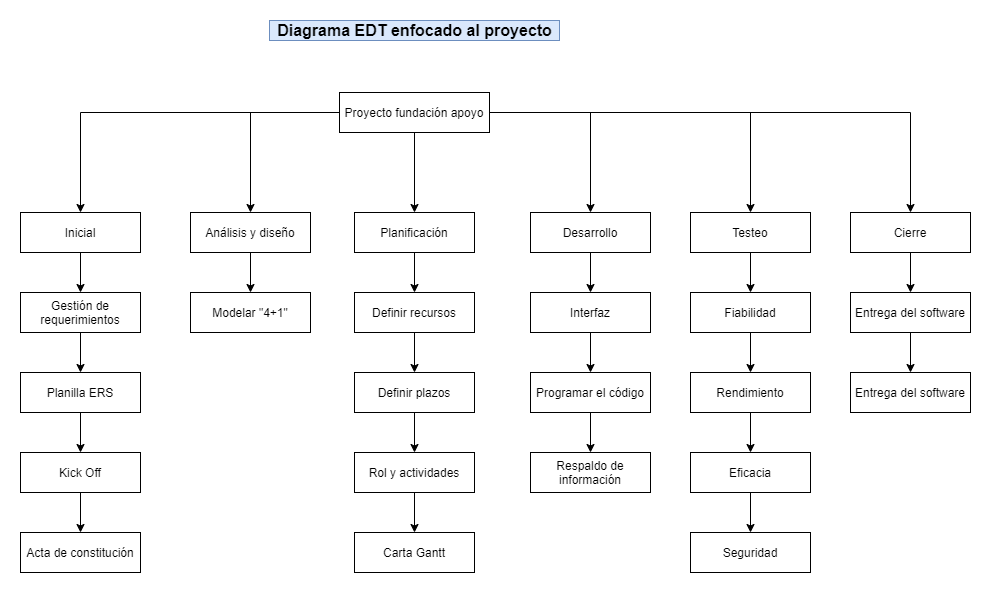
shecheeee/Diagramas keeps this draw.io diagram as Diagrama EDT Proyecto.png. Above is the earlier version. Source tidied: cells renumbered, new cells last; positions are measured from the earlier drawing's top-left corner, leaving out a move shared by most shapes. The source it was exported from:
```xml
<mxGraphModel>
  <root>
    <mxCell id="0" />
    <mxCell id="1" parent="0" />
    <mxCell id="2" value="Diagrama EDT enfocado al proyecto" style="text;html=1;align=center;verticalAlign=middle;fillColor=#dae8fc;strokeColor=#6c8ebf;rounded=0;fontStyle=1;fontSize=16;" parent="1" vertex="1">
      <mxGeometry x="249" width="290" height="20" as="geometry" />
    </mxCell>
    <mxCell id="3" style="edgeStyle=orthogonalEdgeStyle;rounded=0;jettySize=auto;html=1;entryX=0.5;entryY=0;entryDx=0;entryDy=0;" parent="1" edge="1" source="9" target="11">
      <mxGeometry relative="1" as="geometry" />
    </mxCell>
    <mxCell id="4" style="edgeStyle=orthogonalEdgeStyle;rounded=0;jettySize=auto;html=1;entryX=0.5;entryY=0;entryDx=0;entryDy=0;" parent="1" edge="1" source="9" target="13">
      <mxGeometry relative="1" as="geometry" />
    </mxCell>
    <mxCell id="5" style="edgeStyle=orthogonalEdgeStyle;rounded=0;jettySize=auto;html=1;entryX=0.5;entryY=0;entryDx=0;entryDy=0;" parent="1" edge="1" source="9" target="15">
      <mxGeometry relative="1" as="geometry" />
    </mxCell>
    <mxCell id="6" style="edgeStyle=orthogonalEdgeStyle;rounded=0;jettySize=auto;html=1;entryX=0.5;entryY=0;entryDx=0;entryDy=0;" parent="1" edge="1" source="9" target="19">
      <mxGeometry relative="1" as="geometry" />
    </mxCell>
    <mxCell id="7" style="edgeStyle=orthogonalEdgeStyle;rounded=0;jettySize=auto;html=1;entryX=0.5;entryY=0;entryDx=0;entryDy=0;" parent="1" edge="1" source="9" target="17">
      <mxGeometry relative="1" as="geometry" />
    </mxCell>
    <mxCell id="8" style="edgeStyle=orthogonalEdgeStyle;rounded=0;jettySize=auto;html=1;entryX=0.5;entryY=0;entryDx=0;entryDy=0;" parent="1" edge="1" source="9" target="48">
      <mxGeometry relative="1" as="geometry" />
    </mxCell>
    <mxCell id="9" value="Proyecto fundación apoyo" style="rounded=0;whiteSpace=wrap;html=1;" parent="1" vertex="1">
      <mxGeometry x="319" y="72" width="150" height="40" as="geometry" />
    </mxCell>
    <mxCell id="10" style="edgeStyle=orthogonalEdgeStyle;rounded=0;jettySize=auto;html=1;" parent="1" edge="1" source="11" target="24">
      <mxGeometry relative="1" as="geometry" />
    </mxCell>
    <mxCell id="11" value="Inicial" style="rounded=0;whiteSpace=wrap;html=1;" parent="1" vertex="1">
      <mxGeometry y="192" width="120" height="40" as="geometry" />
    </mxCell>
    <mxCell id="12" style="edgeStyle=orthogonalEdgeStyle;rounded=0;jettySize=auto;html=1;" parent="1" edge="1" source="13" target="20">
      <mxGeometry relative="1" as="geometry" />
    </mxCell>
    <mxCell id="13" value="Análisis y diseño" style="rounded=0;whiteSpace=wrap;html=1;" parent="1" vertex="1">
      <mxGeometry x="170" y="192" width="120" height="40" as="geometry" />
    </mxCell>
    <mxCell id="14" style="edgeStyle=orthogonalEdgeStyle;rounded=0;jettySize=auto;html=1;" parent="1" edge="1" source="15" target="32">
      <mxGeometry relative="1" as="geometry" />
    </mxCell>
    <mxCell id="15" value="Planificación" style="rounded=0;whiteSpace=wrap;html=1;" parent="1" vertex="1">
      <mxGeometry x="334" y="192" width="120" height="40" as="geometry" />
    </mxCell>
    <mxCell id="16" style="edgeStyle=orthogonalEdgeStyle;rounded=0;jettySize=auto;html=1;" parent="1" edge="1" source="17" target="38">
      <mxGeometry relative="1" as="geometry" />
    </mxCell>
    <mxCell id="17" value="Desarrollo" style="rounded=0;whiteSpace=wrap;html=1;" parent="1" vertex="1">
      <mxGeometry x="510" y="192" width="120" height="40" as="geometry" />
    </mxCell>
    <mxCell id="18" style="edgeStyle=orthogonalEdgeStyle;rounded=0;jettySize=auto;html=1;" parent="1" edge="1" source="19" target="42">
      <mxGeometry relative="1" as="geometry" />
    </mxCell>
    <mxCell id="19" value="Testeo" style="rounded=0;whiteSpace=wrap;html=1;" parent="1" vertex="1">
      <mxGeometry x="670" y="192" width="120" height="40" as="geometry" />
    </mxCell>
    <mxCell id="20" value="Modelar &quot;4+1&quot;" style="rounded=0;whiteSpace=wrap;html=1;" parent="1" vertex="1">
      <mxGeometry x="170" y="272" width="120" height="40" as="geometry" />
    </mxCell>
    <mxCell id="21" style="edgeStyle=orthogonalEdgeStyle;rounded=0;jettySize=auto;html=1;" parent="1" edge="1" source="22" target="26">
      <mxGeometry relative="1" as="geometry" />
    </mxCell>
    <mxCell id="22" value="Planilla ERS" style="rounded=0;whiteSpace=wrap;html=1;" parent="1" vertex="1">
      <mxGeometry y="352" width="120" height="40" as="geometry" />
    </mxCell>
    <mxCell id="23" style="edgeStyle=orthogonalEdgeStyle;rounded=0;jettySize=auto;html=1;" parent="1" edge="1" source="24" target="22">
      <mxGeometry relative="1" as="geometry" />
    </mxCell>
    <mxCell id="24" value="Gestión de requerimientos" style="rounded=0;whiteSpace=wrap;html=1;" parent="1" vertex="1">
      <mxGeometry y="272" width="120" height="40" as="geometry" />
    </mxCell>
    <mxCell id="25" style="edgeStyle=orthogonalEdgeStyle;rounded=0;jettySize=auto;html=1;" parent="1" edge="1" source="26" target="27">
      <mxGeometry relative="1" as="geometry" />
    </mxCell>
    <mxCell id="26" value="Kick Off" style="rounded=0;whiteSpace=wrap;html=1;" parent="1" vertex="1">
      <mxGeometry y="432" width="120" height="40" as="geometry" />
    </mxCell>
    <mxCell id="27" value="Acta de constitución" style="rounded=0;whiteSpace=wrap;html=1;" parent="1" vertex="1">
      <mxGeometry y="512" width="120" height="40" as="geometry" />
    </mxCell>
    <mxCell id="28" value="Carta Gantt" style="rounded=0;whiteSpace=wrap;html=1;" parent="1" vertex="1">
      <mxGeometry x="334" y="512" width="120" height="40" as="geometry" />
    </mxCell>
    <mxCell id="29" style="edgeStyle=orthogonalEdgeStyle;rounded=0;jettySize=auto;html=1;" parent="1" edge="1" source="30" target="34">
      <mxGeometry relative="1" as="geometry" />
    </mxCell>
    <mxCell id="30" value="Definir plazos" style="rounded=0;whiteSpace=wrap;html=1;" parent="1" vertex="1">
      <mxGeometry x="334" y="352" width="120" height="40" as="geometry" />
    </mxCell>
    <mxCell id="31" style="edgeStyle=orthogonalEdgeStyle;rounded=0;jettySize=auto;html=1;" parent="1" edge="1" source="32" target="30">
      <mxGeometry relative="1" as="geometry" />
    </mxCell>
    <mxCell id="32" value="Definir recursos" style="rounded=0;whiteSpace=wrap;html=1;" parent="1" vertex="1">
      <mxGeometry x="334" y="272" width="120" height="40" as="geometry" />
    </mxCell>
    <mxCell id="33" style="edgeStyle=orthogonalEdgeStyle;rounded=0;jettySize=auto;html=1;" parent="1" edge="1" source="34" target="28">
      <mxGeometry relative="1" as="geometry" />
    </mxCell>
    <mxCell id="34" value="Rol y actividades" style="rounded=0;whiteSpace=wrap;html=1;" parent="1" vertex="1">
      <mxGeometry x="334" y="432" width="120" height="40" as="geometry" />
    </mxCell>
    <mxCell id="35" style="edgeStyle=orthogonalEdgeStyle;rounded=0;jettySize=auto;html=1;" parent="1" edge="1" source="36" target="40">
      <mxGeometry relative="1" as="geometry" />
    </mxCell>
    <mxCell id="36" value="Programar el código" style="rounded=0;whiteSpace=wrap;html=1;" parent="1" vertex="1">
      <mxGeometry x="510" y="352" width="120" height="40" as="geometry" />
    </mxCell>
    <mxCell id="37" style="edgeStyle=orthogonalEdgeStyle;rounded=0;jettySize=auto;html=1;" parent="1" edge="1" source="38" target="36">
      <mxGeometry relative="1" as="geometry" />
    </mxCell>
    <mxCell id="38" value="Interfaz" style="rounded=0;whiteSpace=wrap;html=1;" parent="1" vertex="1">
      <mxGeometry x="510" y="272" width="120" height="40" as="geometry" />
    </mxCell>
    <mxCell id="39" value="Seguridad" style="rounded=0;whiteSpace=wrap;html=1;" parent="1" vertex="1">
      <mxGeometry x="670" y="512" width="120" height="40" as="geometry" />
    </mxCell>
    <mxCell id="40" value="Respaldo de información" style="rounded=0;whiteSpace=wrap;html=1;" parent="1" vertex="1">
      <mxGeometry x="510" y="432" width="120" height="40" as="geometry" />
    </mxCell>
    <mxCell id="41" style="edgeStyle=orthogonalEdgeStyle;rounded=0;jettySize=auto;html=1;" parent="1" edge="1" source="42" target="44">
      <mxGeometry relative="1" as="geometry" />
    </mxCell>
    <mxCell id="42" value="Fiabilidad" style="rounded=0;whiteSpace=wrap;html=1;" parent="1" vertex="1">
      <mxGeometry x="670" y="272" width="120" height="40" as="geometry" />
    </mxCell>
    <mxCell id="43" style="edgeStyle=orthogonalEdgeStyle;rounded=0;jettySize=auto;html=1;" parent="1" edge="1" source="44" target="46">
      <mxGeometry relative="1" as="geometry" />
    </mxCell>
    <mxCell id="44" value="Rendimiento" style="rounded=0;whiteSpace=wrap;html=1;" parent="1" vertex="1">
      <mxGeometry x="670" y="352" width="120" height="40" as="geometry" />
    </mxCell>
    <mxCell id="45" style="edgeStyle=orthogonalEdgeStyle;rounded=0;jettySize=auto;html=1;" parent="1" edge="1" source="46" target="39">
      <mxGeometry relative="1" as="geometry" />
    </mxCell>
    <mxCell id="46" value="Eficacia" style="rounded=0;whiteSpace=wrap;html=1;" parent="1" vertex="1">
      <mxGeometry x="670" y="432" width="120" height="40" as="geometry" />
    </mxCell>
    <mxCell id="47" style="edgeStyle=orthogonalEdgeStyle;rounded=0;jettySize=auto;html=1;" parent="1" edge="1" source="48" target="50">
      <mxGeometry relative="1" as="geometry" />
    </mxCell>
    <mxCell id="48" value="Cierre" style="rounded=0;whiteSpace=wrap;html=1;" parent="1" vertex="1">
      <mxGeometry x="830" y="192" width="120" height="40" as="geometry" />
    </mxCell>
    <mxCell id="49" style="edgeStyle=orthogonalEdgeStyle;rounded=0;jettySize=auto;html=1;" parent="1" edge="1" source="50" target="51">
      <mxGeometry relative="1" as="geometry" />
    </mxCell>
    <mxCell id="50" value="Entrega del software" style="rounded=0;whiteSpace=wrap;html=1;" parent="1" vertex="1">
      <mxGeometry x="830" y="272" width="120" height="40" as="geometry" />
    </mxCell>
    <mxCell id="51" value="Entrega del software" style="rounded=0;whiteSpace=wrap;html=1;" parent="1" vertex="1">
      <mxGeometry x="830" y="352" width="120" height="40" as="geometry" />
    </mxCell>
  </root>
</mxGraphModel>
```
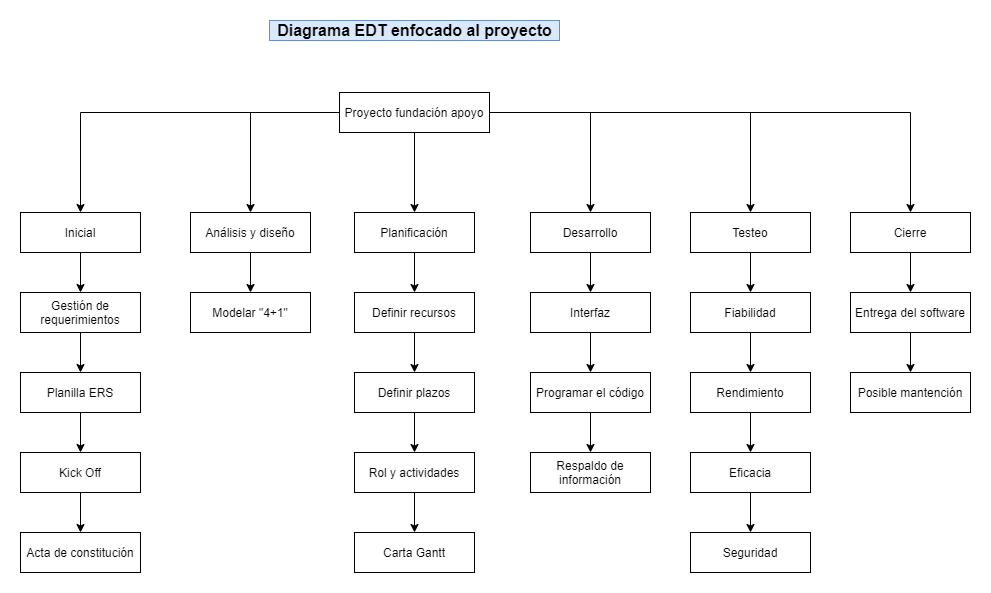
After the change.

The edit, as a diff of the source:
```diff
@@ -149,7 +149,7 @@
     <mxCell id="50" value="Entrega del software" style="rounded=0;whiteSpace=wrap;html=1;" parent="1" vertex="1">
       <mxGeometry x="830" y="272" width="120" height="40" as="geometry" />
     </mxCell>
-    <mxCell id="51" value="Entrega del software" style="rounded=0;whiteSpace=wrap;html=1;" parent="1" vertex="1">
+    <mxCell id="51" value="Posible mantención" style="rounded=0;whiteSpace=wrap;html=1;" parent="1" vertex="1">
       <mxGeometry x="830" y="352" width="120" height="40" as="geometry" />
     </mxCell>
   </root>
```
